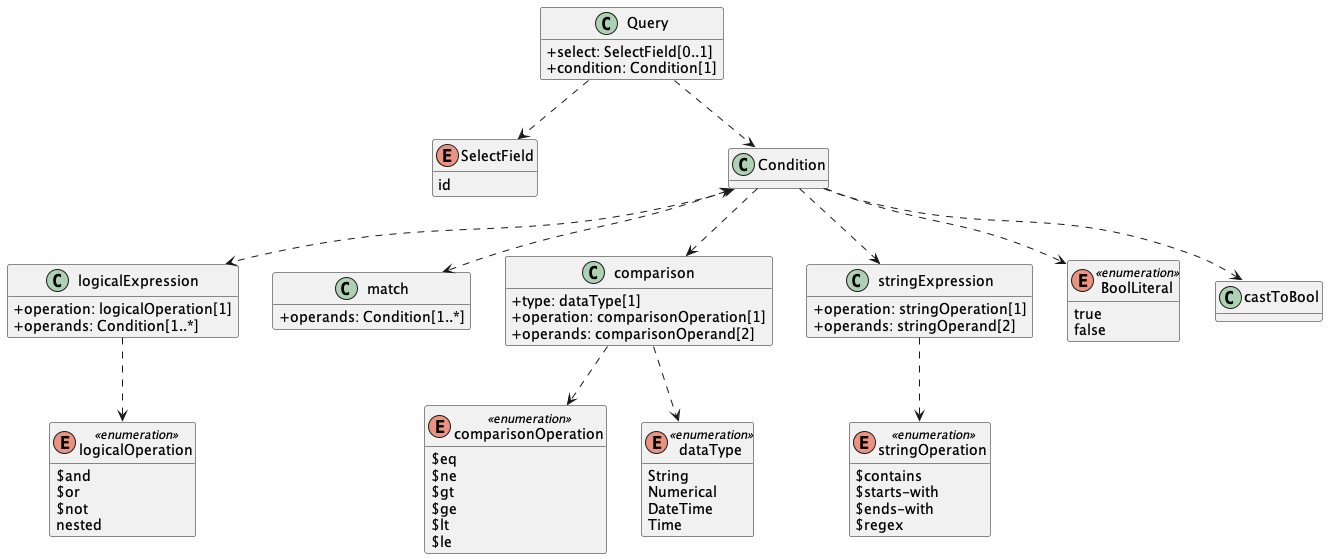
Before: documentation/IDTA-01002-3/modules/ROOT/images/plantuml/query-language-overview.png, a diagram exported from PlantUML (admin-shell-io/aas-specs-api).
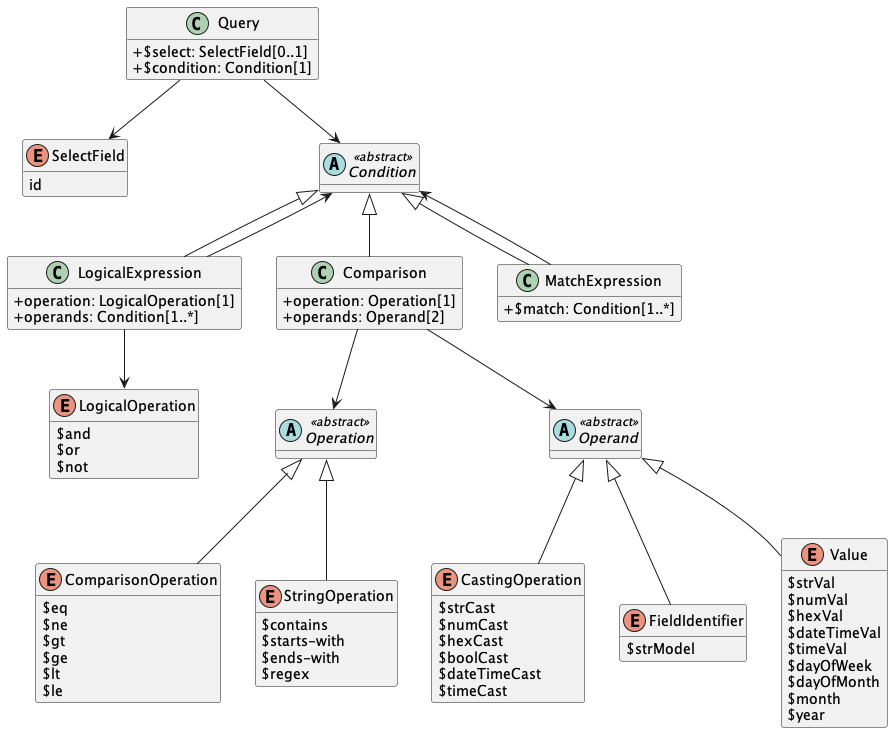
After the change.

Diff of the diagram source:
```diff
@@ -5,12 +5,12 @@
 hide methods
 
 class Query {
-    +select: SelectField[0..1]
-    +condition: Condition[1]
+    +$select: SelectField[0..1]
+    +$condition: Condition[1]
 }
 
-Query ..> SelectField
-Query ..> Condition
+Query --> SelectField
+Query --> Condition
 
 SelectField -r[hidden]- Placeholder1
 Placeholder1 -r[hidden]- Condition
@@ -24,26 +24,29 @@
 }
 
 
-  class Condition {
+  abstract class Condition <<abstract>>{
   }
 
-  enum logicalOperation <<enumeration>> {
+  enum LogicalOperation {
     $and
     $or
     $not
-    nested
   }
 
-  class logicalExpression {
-    +operation: logicalOperation[1]
+  class LogicalExpression {
+    +operation: LogicalOperation[1]
     +operands: Condition[1..*]
   }
 
-  class match {
-    +operands: Condition[1..*]
+  class MatchExpression {
+    +$match: Condition[1..*]
   }
 
-  enum comparisonOperation <<enumeration>> {
+  abstract class Operation <<abstract>> {
+
+  }
+
+  enum ComparisonOperation {
     $eq
     $ne
     $gt
@@ -51,45 +54,63 @@
     $lt
     $le
   }
-  enum dataType <<enumeration>> {
-    String
-    Numerical
-    DateTime
-    Time
-  }
-  class comparison {
-    +type: dataType[1]
-    +operation: comparisonOperation[1]
-    +operands: comparisonOperand[2]
-  }
+  Operation <|-- ComparisonOperation
 
-  enum stringOperation <<enumeration>> {
+  enum StringOperation {
     $contains
     $starts-with
     $ends-with
     $regex
   }
-  class stringExpression {
-    +operation: stringOperation[1]
-    +operands: stringOperand[2]
+  Operation <|-- StringOperation
+
+  class Comparison {
+    +operation: Operation[1]
+    +operands: Operand[2]
   }
 
-  enum BoolLiteral <<enumeration>> {
-    true
-    false
+  enum CastingOperation {
+    $strCast
+    $numCast
+    $hexCast
+    $boolCast
+    $dateTimeCast
+    $timeCast
   }
-  class castToBool {}
 
-  Condition <.d.> logicalExpression
-  logicalExpression ..> logicalOperation
-  stringExpression ..> stringOperation
-  Condition ..> comparison
-  Condition <..> match
-  comparison ..> dataType
-  comparison ..> comparisonOperation
-  Condition ..> stringExpression
-  Condition .d.> castToBool
-  Condition .d.> BoolLiteral
+  abstract class Operand <<abstract>> {
+
+  }
+
+  enum FieldIdentifier {
+    $strModel
+  }
+
+  enum Value {
+    $strVal
+    $numVal
+    $hexVal
+    $dateTimeVal
+    $timeVal
+    $dayOfWeek
+    $dayOfMonth
+    $month
+    $year
+  }
+
+  LogicalExpression -u-|> Condition
+  LogicalExpression --> Condition
+  LogicalExpression --> LogicalOperation
+  Comparison -u-|> Condition
+  Condition <|-- MatchExpression
+  Condition <-- MatchExpression
+  Comparison --> Operation
+  Comparison --> Operand
+  Operand <|-- CastingOperation
+  Operand <|--Value
+  Operand <|-- FieldIdentifier
+
+LogicalExpression .r[hidden]. Comparison
 
 
 
```
